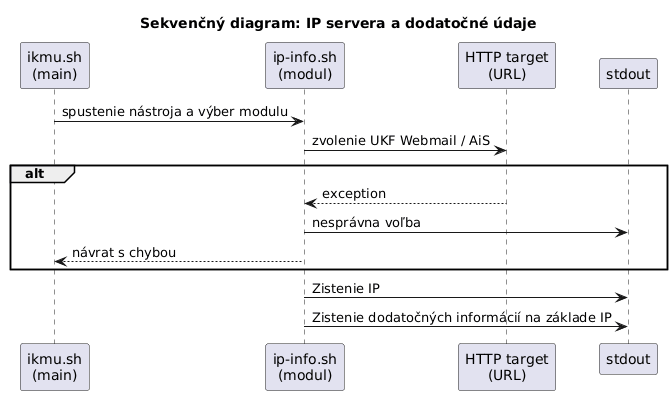
majohlavacka/Diplomova-praca keeps this PlantUML diagram as diagrams/sequence_diagram_ip_info.png. Above is the earlier version.
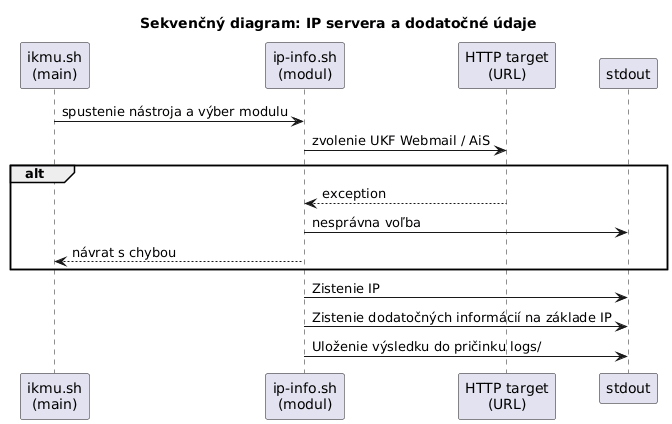
Later version of the same file.

Diff of the diagram source:
```diff
@@ -17,4 +17,5 @@
 
 Modul -> Console : Zistenie IP
 Modul -> Console : Zistenie dodatočných informácií na základe IP
+Modul -> Console : Uloženie výsledku do pričinku logs/
 @enduml
```
